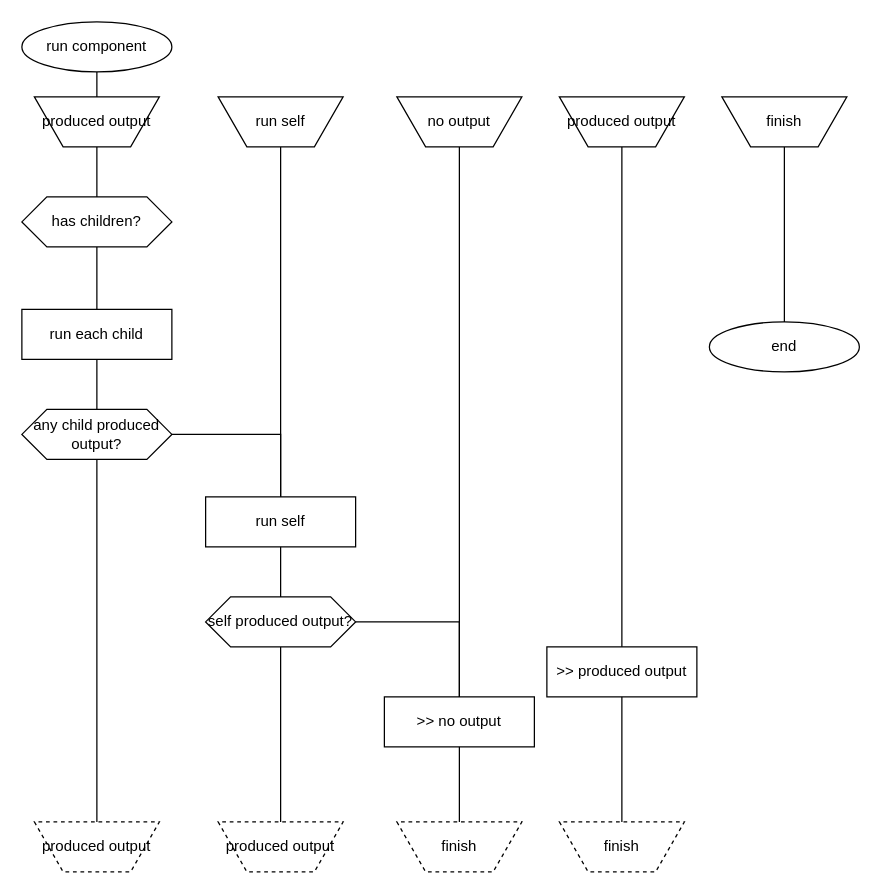
Before: lisp/run once.drawio in guitarvydas/dasl2, a draw.io diagram. Source tidied: cells renumbered, new cells numbered last; positions are measured from the earlier drawing's top-left corner, leaving out a move shared by most shapes. Both pictures are drawn from the tidied source at 125%, with x=0, y=0 at pixel (21, 21).
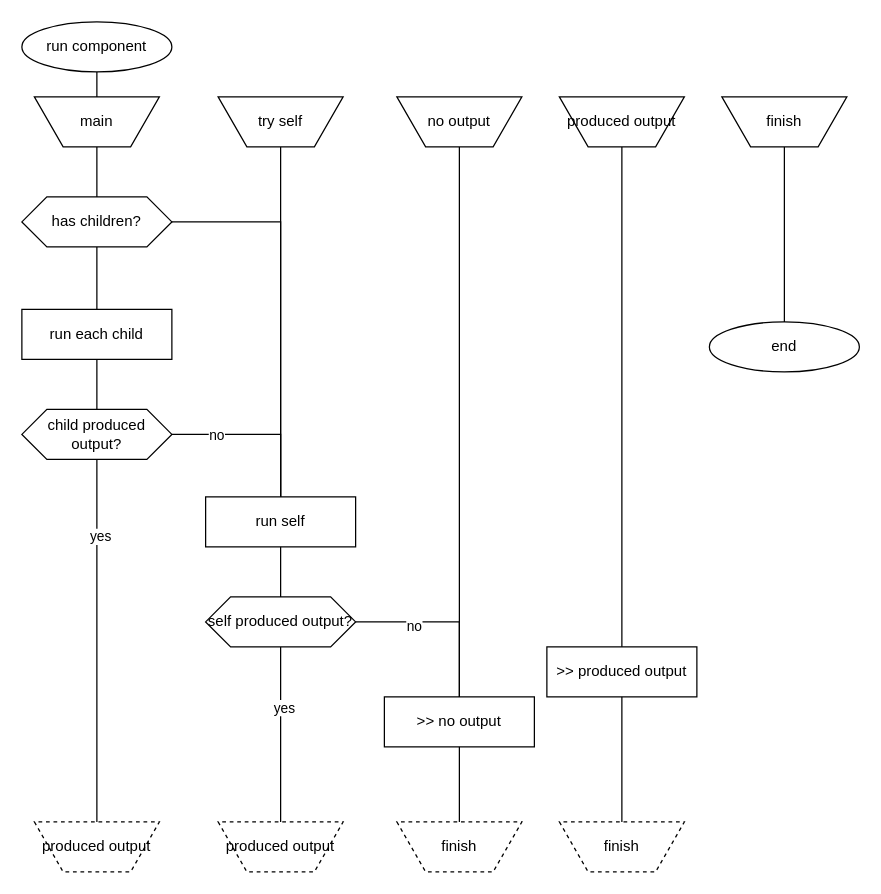
The same page after the edit.

Commit message (it also covers changes not shown here):
wip: about to try compiling run-once

Unchanged cells that the change refers to:
```xml
<mxCell id="2" style="edgeStyle=orthogonalEdgeStyle;rounded=0;jettySize=auto;html=1;exitX=0.5;exitY=1;exitDx=0;exitDy=0;endArrow=none;endFill=0;startArrow=none;entryX=0.5;entryY=0;entryDx=0;entryDy=0;" parent="1" edge="1" source="11" target="16">
  <mxGeometry relative="1" as="geometry" />
</mxCell>
<mxCell id="4" value="has children?" style="shape=hexagon;perimeter=hexagonPerimeter2;whiteSpace=wrap;html=1;fixedSize=1;" parent="1" vertex="1">
  <mxGeometry y="140" width="120" height="40" as="geometry" />
</mxCell>
<mxCell id="5" style="edgeStyle=orthogonalEdgeStyle;rounded=0;jettySize=auto;html=1;exitX=1;exitY=0.5;exitDx=0;exitDy=0;entryX=0.5;entryY=0;entryDx=0;entryDy=0;endArrow=none;endFill=0;" parent="1" edge="1" source="6" target="25">
  <mxGeometry relative="1" as="geometry" />
</mxCell>
<mxCell id="22" style="edgeStyle=orthogonalEdgeStyle;rounded=0;jettySize=auto;html=1;endArrow=none;endFill=0;entryX=0.5;entryY=0;entryDx=0;entryDy=0;exitX=0.5;exitY=1;exitDx=0;exitDy=0;" parent="1" edge="1" source="23" target="24">
  <mxGeometry relative="1" as="geometry" />
</mxCell>
<mxCell id="25" value="run self" style="rounded=0;whiteSpace=wrap;html=1;" parent="1" vertex="1">
  <mxGeometry x="147" y="380" width="120" height="40" as="geometry" />
</mxCell>
<mxCell id="26" style="edgeStyle=orthogonalEdgeStyle;rounded=0;jettySize=auto;html=1;exitX=1;exitY=0.5;exitDx=0;exitDy=0;entryX=0.5;entryY=0;entryDx=0;entryDy=0;endArrow=none;endFill=0;" parent="1" edge="1" source="27" target="9">
  <mxGeometry relative="1" as="geometry" />
</mxCell>
```

The edit, as a diff of the source:
```diff
@@
+    <mxCell id="28" value="yes" style="edgeLabel;html=1;align=center;verticalAlign=middle;" parent="2" vertex="1">
+      <mxGeometry x="0.15" y="2" relative="1" as="geometry" />
+    </mxCell>
@@
+    <mxCell id="29" style="edgeStyle=orthogonalEdgeStyle;rounded=0;jettySize=auto;html=1;exitX=1;exitY=0.5;exitDx=0;exitDy=0;entryX=0.5;entryY=0;entryDx=0;entryDy=0;endArrow=none;endFill=0;" parent="1" edge="1" source="4" target="25">
+      <mxGeometry relative="1" as="geometry" />
+    </mxCell>
@@
+    <mxCell id="30" value="no" style="edgeLabel;html=1;align=center;verticalAlign=middle;" parent="5" vertex="1">
+      <mxGeometry x="-0.49" relative="1" as="geometry" />
+    </mxCell>
-    <mxCell id="6" value="any child produced output?" style="shape=hexagon;perimeter=hexagonPerimeter2;whiteSpace=wrap;html=1;fixedSize=1;" parent="1" vertex="1">
+    <mxCell id="6" value="child produced output?" style="shape=hexagon;perimeter=hexagonPerimeter2;whiteSpace=wrap;html=1;fixedSize=1;" parent="1" vertex="1">
       <mxGeometry y="310" width="120" height="40" as="geometry" />
     </mxCell>
@@
-    <mxCell id="11" value="produced output" style="verticalLabelPosition=middle;verticalAlign=middle;html=1;shape=trapezoid;perimeter=trapezoidPerimeter;whiteSpace=wrap;size=0.23;arcSize=10;flipV=1;labelPosition=center;align=center;" parent="1" vertex="1">
+    <mxCell id="11" value="main" style="verticalLabelPosition=middle;verticalAlign=middle;html=1;shape=trapezoid;perimeter=trapezoidPerimeter;whiteSpace=wrap;size=0.23;arcSize=10;flipV=1;labelPosition=center;align=center;" parent="1" vertex="1">
       <mxGeometry x="10" y="60" width="100" height="40" as="geometry" />
     </mxCell>
@@
+    <mxCell id="31" value="yes" style="edgeLabel;html=1;align=center;verticalAlign=middle;" parent="22" vertex="1">
+      <mxGeometry x="0.66" y="2" relative="1" as="geometry" />
+    </mxCell>
-    <mxCell id="23" value="run self" style="verticalLabelPosition=middle;verticalAlign=middle;html=1;shape=trapezoid;perimeter=trapezoidPerimeter;whiteSpace=wrap;size=0.23;arcSize=10;flipV=1;labelPosition=center;align=center;" parent="1" vertex="1">
+    <mxCell id="23" value="try self" style="verticalLabelPosition=middle;verticalAlign=middle;html=1;shape=trapezoid;perimeter=trapezoidPerimeter;whiteSpace=wrap;size=0.23;arcSize=10;flipV=1;labelPosition=center;align=center;" parent="1" vertex="1">
       <mxGeometry x="157" y="60" width="100" height="40" as="geometry" />
     </mxCell>
@@
+    <mxCell id="32" value="no" style="edgeLabel;html=1;align=center;verticalAlign=middle;" parent="26" vertex="1">
+      <mxGeometry x="-0.36" y="-3" relative="1" as="geometry" />
+    </mxCell>
```
